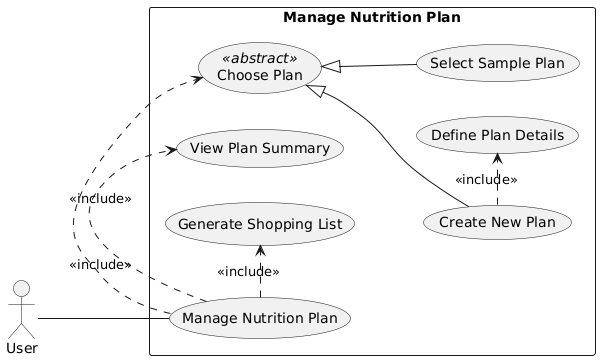
LQTam787/Thesis keeps this PlantUML diagram as Requirements/UmlPictures/NutritionPlanUseCase.png. Above is the earlier version.
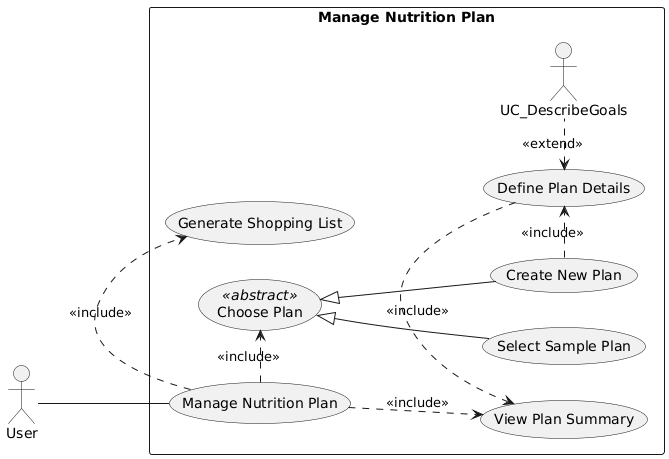
The same file after the commit.

What changed in the source:
```diff
@@ -23,6 +23,9 @@
 
     UC_CreatePlan .> UC_DefineDetails : <<include>>
 
+    UC_DefineDetails .> UC_ViewSummary : <<include>>
+    UC_DefineDetails <. UC_DescribeGoals : <<extend>>
+
     UC_Plan .> UC_ViewSummary : <<include>>
     UC_Plan .> UC_GenerateList : <<include>>
 }
```
